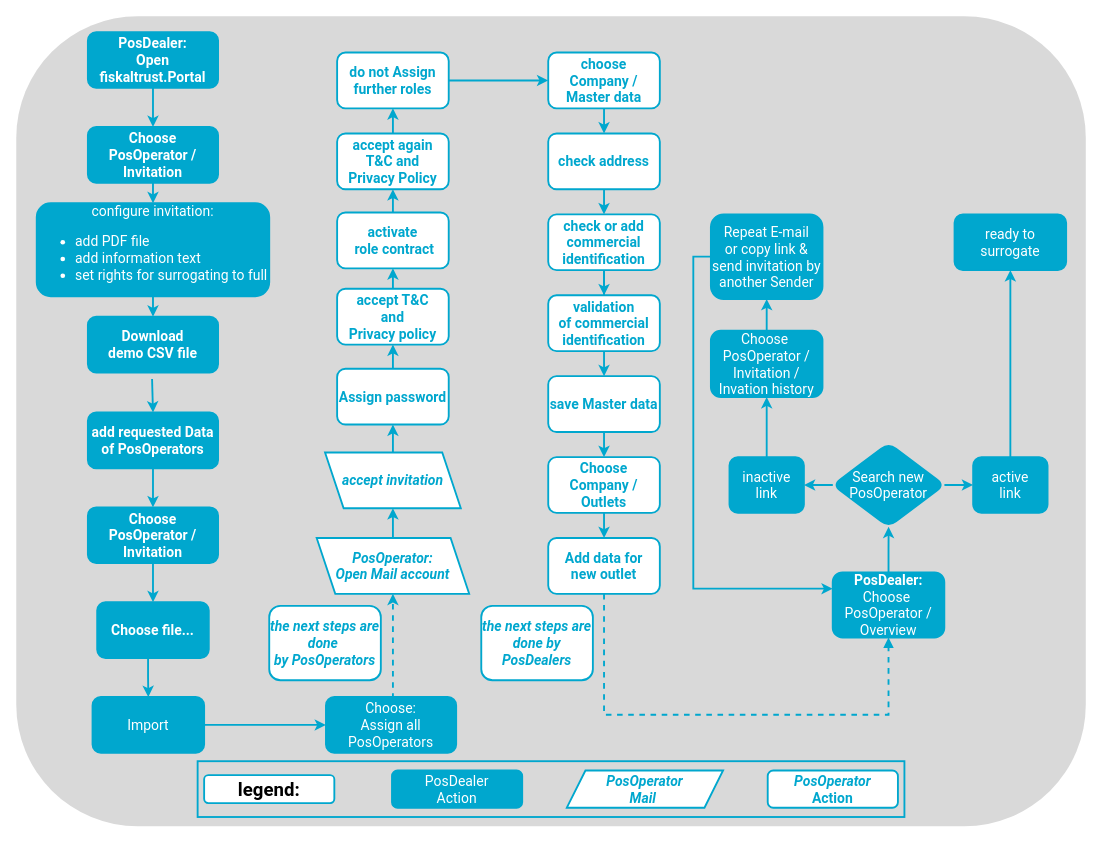
fiskaltrust/rollout-doc keeps this draw.io diagram as getting-started/operator-onboarding/images/sources/onboarding-bulk-relaunch.drawio. Above is the earlier version. Source tidied: cells renumbered, new cells numbered last; positions are measured from the earlier drawing's top-left corner, leaving out a move shared by most shapes. Both pictures are drawn from the tidied source at 93%, with x=0, y=0 at pixel (16, 16).
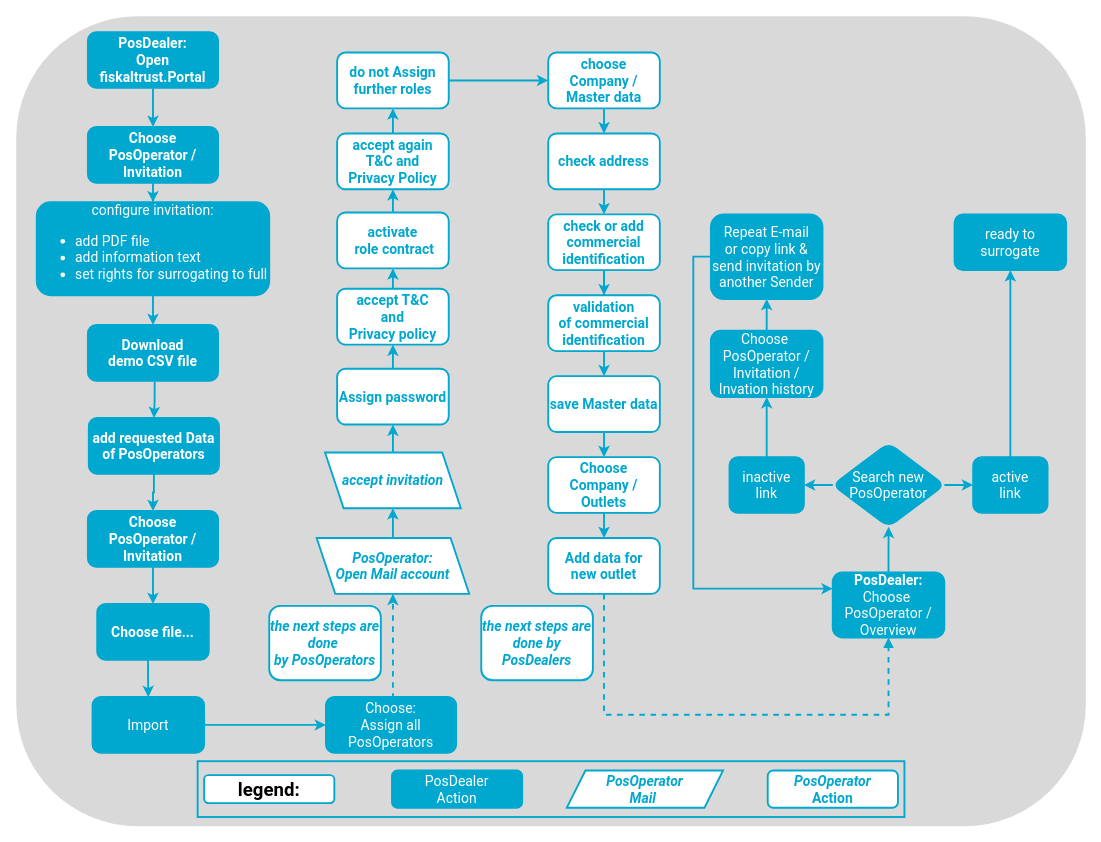
After the change.

Commit message (it also covers changes not shown here):
49787 additions onboarding

Change to the diagram source:
```diff
@@
     <mxCell id="6" value="add requested Data of PosOperators" style="whiteSpace=wrap;html=1;rounded=1;fontColor=#FFFFFF;strokeColor=#00A7CE;fillColor=#00A7CE;fontFamily=Roboto;fontSize=15;fontStyle=1;strokeWidth=2;" parent="1" vertex="1">
-      <mxGeometry x="77" y="426" width="140" height="60" as="geometry" />
+      <mxGeometry x="78" y="432" width="140" height="60" as="geometry" />
     </mxCell>
@@
     <mxCell id="48" value="Choose&lt;br&gt;PosOperator / Invitation" style="whiteSpace=wrap;html=1;rounded=1;fontFamily=Roboto;fontSize=15;fontColor=#FFFFFF;strokeColor=#00A7CE;fillColor=#00A7CE;fontStyle=1;strokeWidth=2;" parent="1" vertex="1">
-      <mxGeometry x="77" y="528" width="140" height="60" as="geometry" />
+      <mxGeometry x="77" y="532" width="140" height="60" as="geometry" />
     </mxCell>
@@
-    <mxCell id="63" style="edgeStyle=orthogonalEdgeStyle;rounded=0;jettySize=auto;html=1;entryX=0.5;entryY=0;entryDx=0;entryDy=0;strokeColor=#00A7CE;fontColor=#00A7CE;strokeWidth=2;exitX=0.493;exitY=1.117;exitDx=0;exitDy=0;exitPerimeter=0;" parent="1" edge="1" source="69" target="6">
+    <mxCell id="63" style="edgeStyle=orthogonalEdgeStyle;rounded=0;jettySize=auto;html=1;entryX=0.5;entryY=0;entryDx=0;entryDy=0;strokeColor=#00A7CE;fontColor=#00A7CE;strokeWidth=2;exitX=0.513;exitY=0.971;exitDx=0;exitDy=0;exitPerimeter=0;" parent="1" edge="1" source="69" target="6">
       <mxGeometry relative="1" as="geometry" />
     </mxCell>
     <mxCell id="64" value="Choose file..." style="whiteSpace=wrap;html=1;rounded=1;fontFamily=Roboto;fontSize=15;fontColor=#FFFFFF;strokeColor=#00A7CE;fillColor=#00A7CE;fontStyle=1;strokeWidth=2;" parent="1" vertex="1">
-      <mxGeometry x="87" y="630" width="120" height="60" as="geometry" />
+      <mxGeometry x="87" y="632" width="120" height="60" as="geometry" />
     </mxCell>
@@
     <mxCell id="68" value="configure invitation:&lt;br&gt;&lt;ul&gt;&lt;li style=&quot;text-align: left&quot;&gt;&lt;span&gt;add PDF file&lt;/span&gt;&lt;br&gt;&lt;/li&gt;&lt;li style=&quot;text-align: left&quot;&gt;add information&amp;nbsp;text&lt;/li&gt;&lt;li style=&quot;text-align: left&quot;&gt;set rights for surrogating to full&lt;/li&gt;&lt;/ul&gt;" style="whiteSpace=wrap;html=1;rounded=1;fontFamily=Roboto;fontSize=15;fontColor=#FFFFFF;strokeColor=#00A7CE;fillColor=#00A7CE;strokeWidth=2;" parent="1" vertex="1">
-      <mxGeometry x="22" y="201" width="250" height="100" as="geometry" />
+      <mxGeometry x="22" y="200" width="250" height="100" as="geometry" />
     </mxCell>
     <mxCell id="69" value="Download &lt;br&gt;demo CSV file" style="whiteSpace=wrap;html=1;rounded=1;fontFamily=Roboto;fontSize=15;fontColor=#FFFFFF;strokeColor=#00A7CE;fillColor=#00A7CE;fontStyle=1;strokeWidth=2;" parent="1" vertex="1">
-      <mxGeometry x="77" y="323" width="140" height="60" as="geometry" />
+      <mxGeometry x="77" y="332" width="140" height="60" as="geometry" />
     </mxCell>
```
